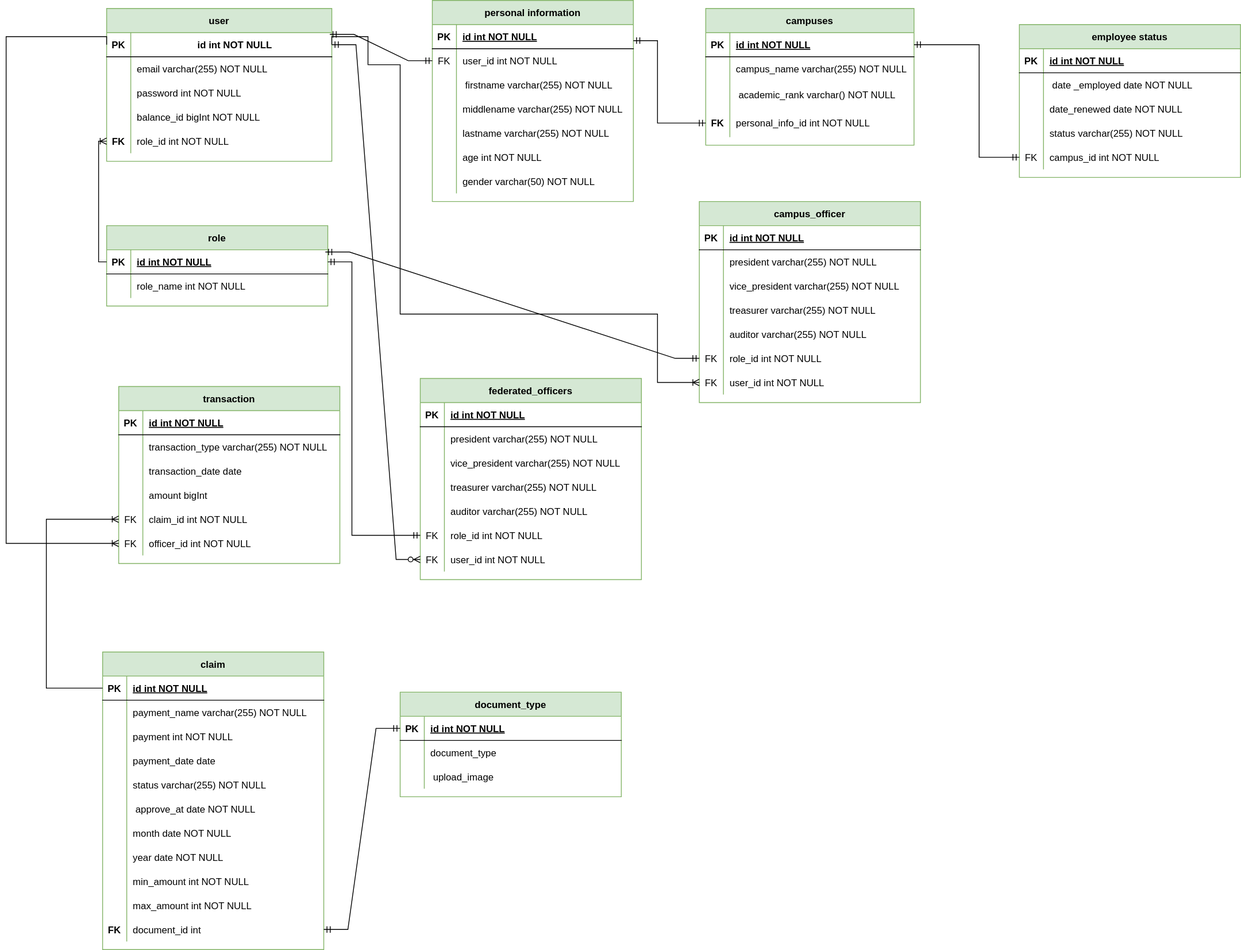
john-rashin/database_scheme keeps this draw.io diagram as faculty_association.drawio.svg. Above is the earlier version. Source tidied: cells renumbered, new cells last; positions are measured from the earlier drawing's top-left corner, leaving out a move shared by most shapes.
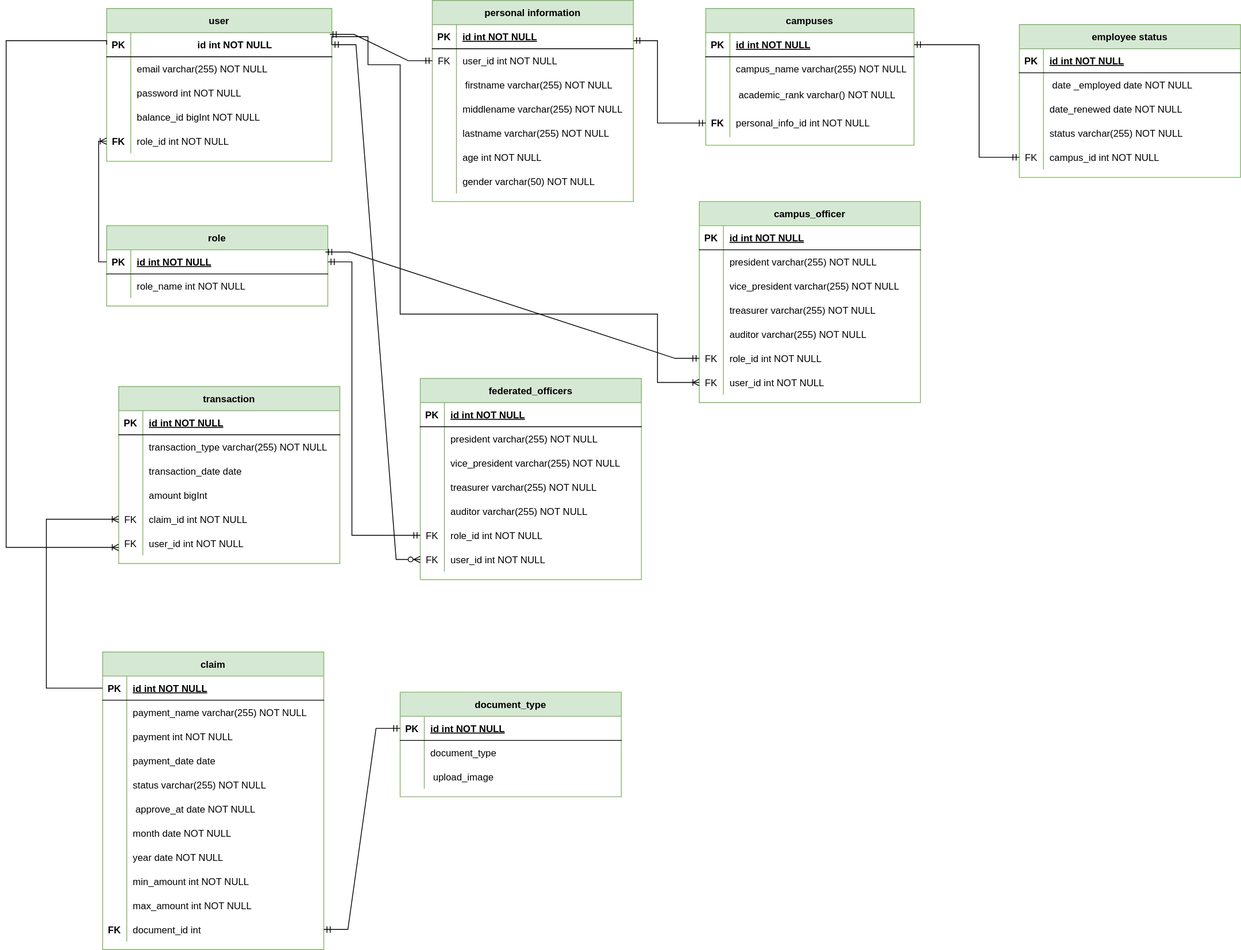
Above is the later version.

What changed in the source:
```diff
@@ -592,7 +592,7 @@
     <mxCell id="188" value="FK" style="shape=partialRectangle;overflow=hidden;fillColor=none;top=0;left=0;bottom=0;right=0;" parent="187" vertex="1">
       <mxGeometry width="30" height="30" as="geometry" />
     </mxCell>
-    <mxCell id="189" value="officer_id int NOT NULL" style="shape=partialRectangle;overflow=hidden;fillColor=none;top=0;left=0;bottom=0;right=0;align=left;spacingLeft=6;" parent="187" vertex="1">
+    <mxCell id="189" value="user_id int NOT NULL" style="shape=partialRectangle;overflow=hidden;fillColor=none;top=0;left=0;bottom=0;right=0;align=left;spacingLeft=6;" parent="187" vertex="1">
       <mxGeometry x="30" width="245" height="30" as="geometry" />
     </mxCell>
     <mxCell id="190" style="edgeStyle=entityRelationEdgeStyle;fontSize=12;html=1;endArrow=ERmandOne;startArrow=ERmandOne;rounded=0;exitX=1;exitY=0.5;exitDx=0;exitDy=0;entryX=0;entryY=0.5;entryDx=0;entryDy=0;" parent="1" edge="1" source="130" target="156">
@@ -601,11 +601,13 @@
     <mxCell id="191" style="edgeStyle=orthogonalEdgeStyle;fontSize=12;html=1;endArrow=ERoneToMany;rounded=0;entryX=0;entryY=0.5;entryDx=0;entryDy=0;exitX=0;exitY=0.5;exitDx=0;exitDy=0;" parent="1" edge="1" source="93" target="37">
       <mxGeometry relative="1" as="geometry" />
     </mxCell>
-    <mxCell id="192" style="edgeStyle=orthogonalEdgeStyle;fontSize=12;html=1;endArrow=ERoneToMany;rounded=0;exitX=0;exitY=0.5;exitDx=0;exitDy=0;entryX=0;entryY=0.5;entryDx=0;entryDy=0;" parent="1" edge="1" source="25" target="187">
+    <mxCell id="192" style="edgeStyle=orthogonalEdgeStyle;fontSize=12;html=1;endArrow=ERoneToMany;rounded=0;entryX=0;entryY=0.5;entryDx=0;entryDy=0;exitX=0;exitY=0.5;exitDx=0;exitDy=0;" parent="1" edge="1" source="25">
       <mxGeometry relative="1" as="geometry">
+        <mxPoint x="140" y="680" as="targetPoint" />
         <Array as="points">
-          <mxPoint y="45" />
-          <mxPoint y="675" />
+          <mxPoint x="125" y="50" />
+          <mxPoint y="50" />
+          <mxPoint y="680" />
         </Array>
       </mxGeometry>
     </mxCell>
```
